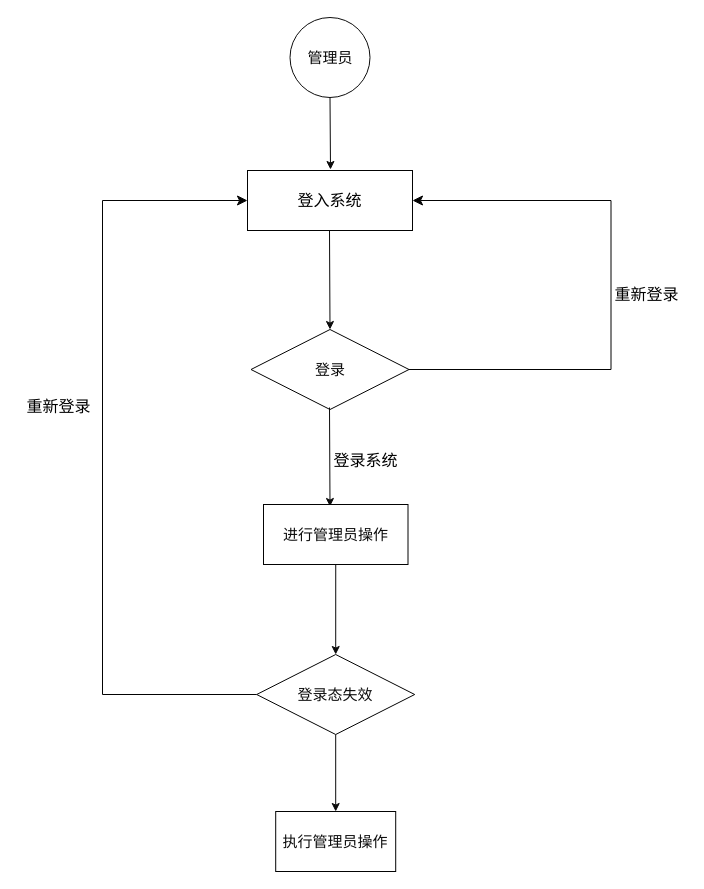
Before: gym-management-front/drawing/管理员流程图.drawio in Lzzzs/gym, a draw.io diagram. Source tidied: cells renumbered, new cells numbered last; positions are measured from the earlier drawing's top-left corner, leaving out a move shared by most shapes. Both pictures are drawn from the tidied source at 100%, with x=0, y=0 at pixel (17, 17).
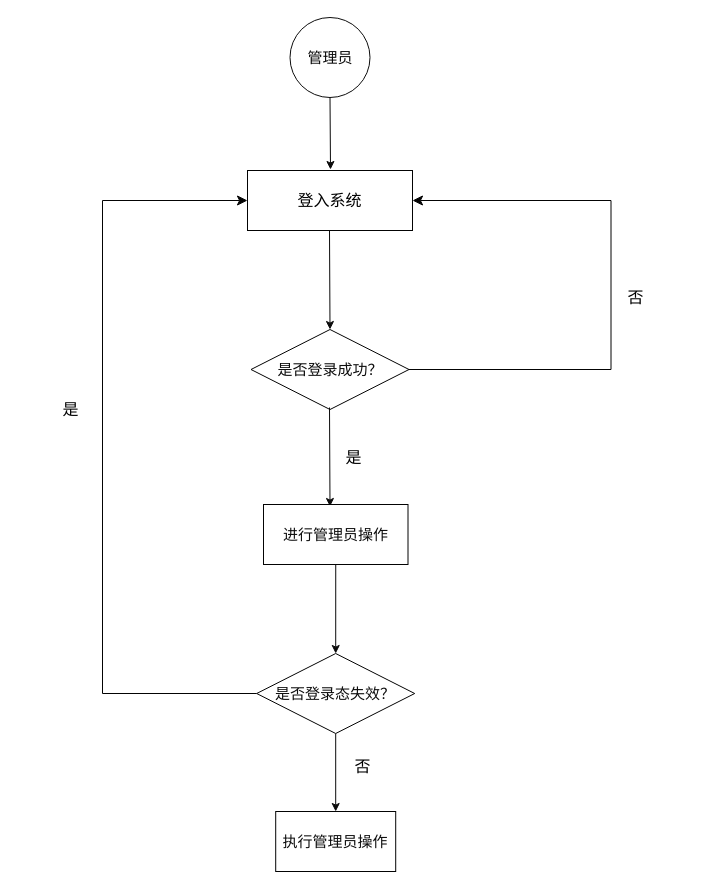
Above is the later version.

What changed in the source:
```diff
@@
-    <mxCell id="4" value="登录" style="rhombus;whiteSpace=wrap;html=1;fontSize=15;fillColor=#ffffff;strokeColor=#030303;fontColor=#0d0d0d;rounded=0;" parent="1" vertex="1">
+    <mxCell id="4" value="是否登录成功？" style="rhombus;whiteSpace=wrap;html=1;fontSize=15;fillColor=#ffffff;strokeColor=#030303;fontColor=#0d0d0d;rounded=0;" parent="1" vertex="1">
       <mxGeometry x="233.5" y="312" width="158" height="80" as="geometry" />
     </mxCell>
@@
-    <mxCell id="9" value="登录系统" style="text;html=1;align=center;verticalAlign=middle;strokeColor=none;fillColor=none;fontSize=16;fontColor=#000000;" parent="1" vertex="1">
-      <mxGeometry x="307" y="427" width="82" height="31" as="geometry" />
+    <mxCell id="9" value="是" style="text;html=1;align=center;verticalAlign=middle;strokeColor=none;fillColor=none;fontSize=16;fontColor=#000000;" parent="1" vertex="1">
+      <mxGeometry x="318.5" y="424" width="34" height="31" as="geometry" />
     </mxCell>
-    <mxCell id="10" value="重新登录" style="text;html=1;align=center;verticalAlign=middle;strokeColor=none;fillColor=none;fontSize=16;fontColor=#000000;" parent="1" vertex="1">
-      <mxGeometry x="588" y="261" width="82" height="31" as="geometry" />
+    <mxCell id="10" value="否" style="text;html=1;align=center;verticalAlign=middle;strokeColor=none;fillColor=none;fontSize=16;fontColor=#000000;" parent="1" vertex="1">
+      <mxGeometry x="601" y="264" width="34" height="31" as="geometry" />
     </mxCell>
@@
-    <mxCell id="14" value="登录态失效" style="rhombus;whiteSpace=wrap;html=1;fontSize=15;fillColor=#ffffff;strokeColor=#030303;fontColor=#0d0d0d;rounded=0;" parent="1" vertex="1">
-      <mxGeometry x="239.2" y="637" width="158" height="80" as="geometry" />
+    <mxCell id="14" value="是否登录态失效？" style="rhombus;whiteSpace=wrap;html=1;fontSize=15;fillColor=#ffffff;strokeColor=#030303;fontColor=#0d0d0d;rounded=0;" parent="1" vertex="1">
+      <mxGeometry x="239.2" y="636" width="158" height="80" as="geometry" />
     </mxCell>
@@
-    <mxCell id="17" value="重新登录" style="text;html=1;align=center;verticalAlign=middle;strokeColor=none;fillColor=none;fontSize=16;fontColor=#000000;" parent="1" vertex="1">
-      <mxGeometry y="373" width="82" height="31" as="geometry" />
+    <mxCell id="17" value="是" style="text;html=1;align=center;verticalAlign=middle;strokeColor=none;fillColor=none;fontSize=16;fontColor=#000000;" parent="1" vertex="1">
+      <mxGeometry x="36" y="376" width="34" height="31" as="geometry" />
     </mxCell>
+    <mxCell id="18" value="否" style="text;html=1;align=center;verticalAlign=middle;strokeColor=none;fillColor=none;fontSize=16;fontColor=#000000;" parent="1" vertex="1">
+      <mxGeometry x="328" y="733" width="34" height="31" as="geometry" />
+    </mxCell>
```
